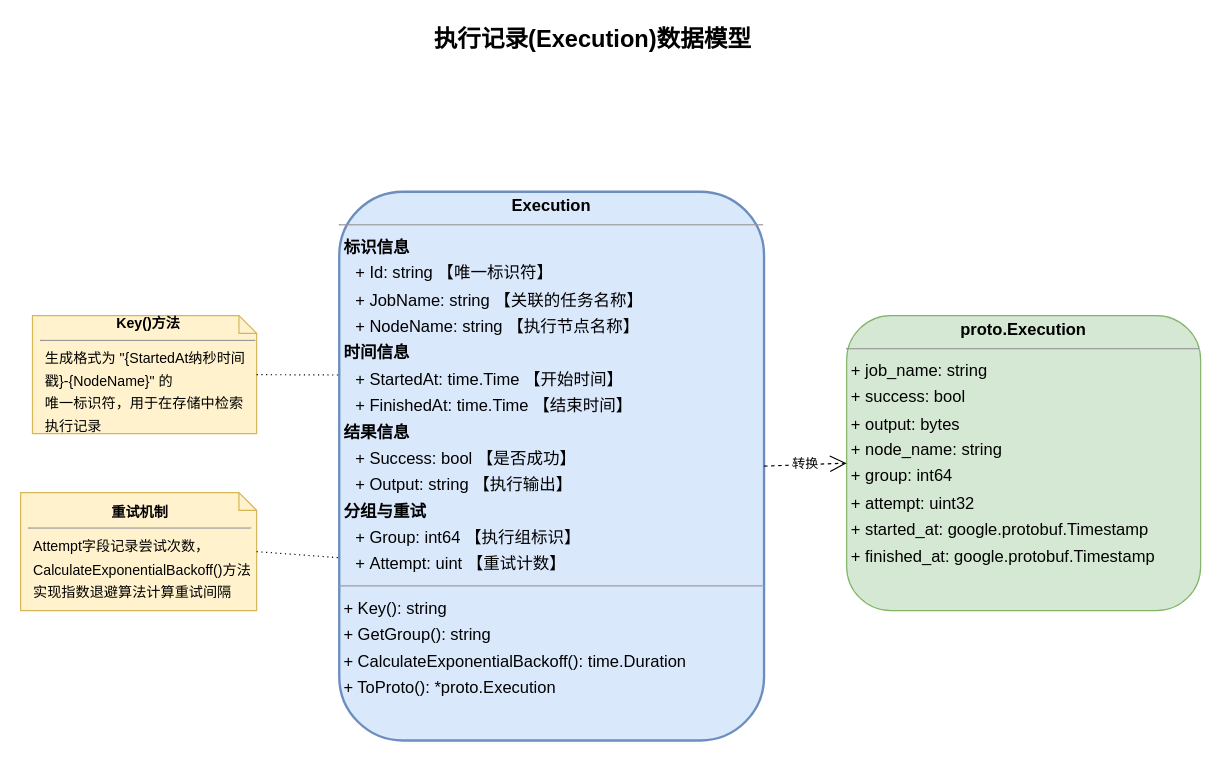
Above: projects/Execution UML 类图.drawio in hanzug/draw.io (draw.io), before the change. Source tidied: cells renumbered, new cells numbered last; positions are measured from the earlier drawing's top-left corner, leaving out a move shared by most shapes. Both pictures are drawn from the tidied source at 118%, with x=0, y=0 at pixel (20, 20).
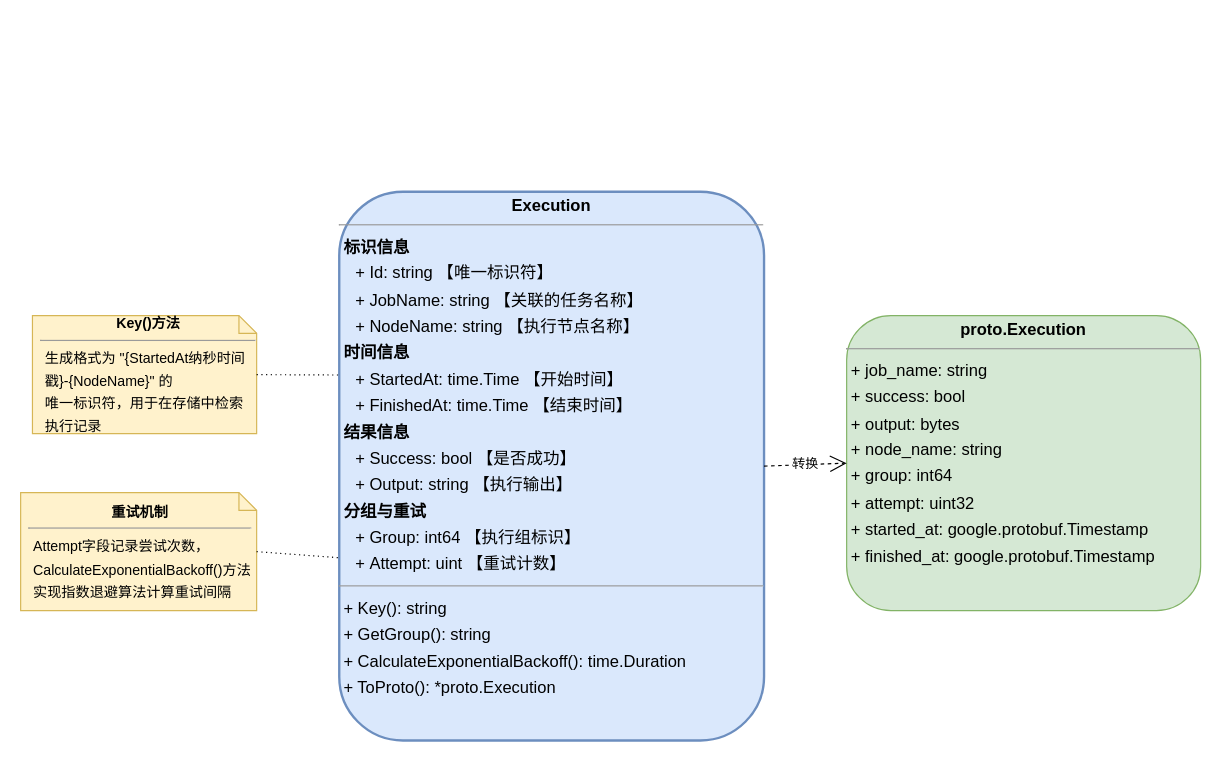
The same diagram, later.

Change to the diagram source:
```diff
@@
 <mxGraphModel>
   <root>
     <mxCell id="0" />
     <mxCell id="1" parent="0" />
-    <mxCell id="2" value="&lt;font style=&quot;font-size: 20px;&quot;&gt;&lt;b&gt;执行记录(Execution)数据模型&lt;/b&gt;&lt;/font&gt;" style="text;html=1;strokeColor=none;fillColor=none;align=center;verticalAlign=middle;whiteSpace=wrap;rounded=0;" parent="1" vertex="1">
-      <mxGeometry x="310" width="350" height="30" as="geometry" />
-    </mxCell>
     <mxCell id="3" value="&lt;p style=&quot;margin:0px;margin-top:4px;text-align:center;&quot;&gt;&lt;b&gt;Execution&lt;/b&gt;&lt;/p&gt;&lt;hr size=&quot;1&quot;&gt;&lt;p style=&quot;margin:0 0 0 4px;line-height:1.6;&quot;&gt;&lt;b&gt;标识信息&lt;/b&gt;&lt;/p&gt;&lt;p style=&quot;margin:0 0 0 14px;line-height:1.6;&quot;&gt;+ Id: string 【唯一标识符】&lt;br&gt;+ JobName: string 【关联的任务名称】&lt;br&gt;+ NodeName: string 【执行节点名称】&lt;/p&gt;&lt;p style=&quot;margin:0 0 0 4px;line-height:1.6;&quot;&gt;&lt;b&gt;时间信息&lt;/b&gt;&lt;/p&gt;&lt;p style=&quot;margin:0 0 0 14px;line-height:1.6;&quot;&gt;+ StartedAt: time.Time 【开始时间】&lt;br&gt;+ FinishedAt: time.Time 【结束时间】&lt;/p&gt;&lt;p style=&quot;margin:0 0 0 4px;line-height:1.6;&quot;&gt;&lt;b&gt;结果信息&lt;/b&gt;&lt;/p&gt;&lt;p style=&quot;margin:0 0 0 14px;line-height:1.6;&quot;&gt;+ Success: bool 【是否成功】&lt;br&gt;+ Output: string 【执行输出】&lt;/p&gt;&lt;p style=&quot;margin:0 0 0 4px;line-height:1.6;&quot;&gt;&lt;b&gt;分组与重试&lt;/b&gt;&lt;/p&gt;&lt;p style=&quot;margin:0 0 0 14px;line-height:1.6;&quot;&gt;+ Group: int64 【执行组标识】&lt;br&gt;+ Attempt: uint 【重试计数】&lt;/p&gt;&lt;hr size=&quot;1&quot;&gt;&lt;p style=&quot;margin:0 0 0 4px;line-height:1.6;&quot;&gt;+ Key(): string&lt;br&gt;+ GetGroup(): string&lt;br&gt;+ CalculateExponentialBackoff(): time.Duration&lt;br&gt;+ ToProto(): *proto.Execution&lt;/p&gt;" style="verticalAlign=top;align=left;overflow=fill;fontSize=14;fontFamily=Helvetica;html=1;rounded=1;shadow=0;comic=0;labelBackgroundColor=none;strokeWidth=2;fillColor=#dae8fc;strokeColor=#6c8ebf;" parent="1" vertex="1">
       <mxGeometry x="270" y="145" width="360" height="465" as="geometry" />
     </mxCell>
     <mxCell id="4" value="&lt;p style=&quot;margin:0px;margin-top:4px;text-align:center;&quot;&gt;&lt;b&gt;proto.Execution&lt;/b&gt;&lt;/p&gt;&lt;hr size=&quot;1&quot;&gt;&lt;p style=&quot;margin:0 0 0 4px;line-height:1.6;&quot;&gt;+ job_name: string&lt;br&gt;+ success: bool&lt;br&gt;+ output: bytes&lt;br&gt;+ node_name: string&lt;br&gt;+ group: int64&lt;br&gt;+ attempt: uint32&lt;br&gt;+ started_at: google.protobuf.Timestamp&lt;br&gt;+ finished_at: google.protobuf.Timestamp&lt;/p&gt;" style="verticalAlign=top;align=left;overflow=fill;fontSize=14;fontFamily=Helvetica;html=1;rounded=1;shadow=0;comic=0;labelBackgroundColor=none;strokeWidth=1;fillColor=#d5e8d4;strokeColor=#82b366;" parent="1" vertex="1">
       <mxGeometry x="700" y="250" width="300" height="250" as="geometry" />
     </mxCell>
     <mxCell id="5" value="转换" style="endArrow=open;endFill=0;endSize=12;html=1;rounded=0;exitX=1;exitY=0.5;exitDx=0;exitDy=0;entryX=0;entryY=0.5;entryDx=0;entryDy=0;dashed=1;strokeWidth=1;" parent="1" edge="1" source="3" target="4">
       <mxGeometry relative="1" as="geometry" />
     </mxCell>
     <mxCell id="6" value="&lt;p style=&quot;margin:0px;margin-top:4px;text-align:center;&quot;&gt;&lt;b&gt;Key()方法&lt;/b&gt;&lt;/p&gt;&lt;hr size=&quot;1&quot;&gt;&lt;p style=&quot;margin:0 0 0 4px;line-height:1.6;&quot;&gt;生成格式为 &quot;{StartedAt纳秒时间戳}-{NodeName}&quot; 的&lt;br&gt;唯一标识符，用于在存储中检索执行记录&lt;/p&gt;" style="shape=note;size=15;align=left;spacingLeft=5;html=1;whiteSpace=wrap;fillColor=#fff2cc;strokeColor=#d6b656;" parent="1" vertex="1">
       <mxGeometry x="10" y="250" width="190" height="100" as="geometry" />
     </mxCell>
     <mxCell id="7" style="endArrow=none;dashed=1;html=1;dashPattern=1 3;strokeWidth=1;rounded=0;exitX=1;exitY=0.5;exitDx=0;exitDy=0;exitPerimeter=0;entryX=0;entryY=0.334;entryDx=0;entryDy=0;entryPerimeter=0;" parent="1" edge="1" source="6" target="3">
       <mxGeometry relative="1" as="geometry" />
     </mxCell>
     <mxCell id="8" value="&lt;p style=&quot;margin:0px;margin-top:4px;text-align:center;&quot;&gt;&lt;b&gt;重试机制&lt;/b&gt;&lt;/p&gt;&lt;hr size=&quot;1&quot;&gt;&lt;p style=&quot;margin:0 0 0 4px;line-height:1.6;&quot;&gt;Attempt字段记录尝试次数，&lt;br&gt;CalculateExponentialBackoff()方法&lt;br&gt;实现指数退避算法计算重试间隔&lt;/p&gt;" style="shape=note;size=15;align=left;spacingLeft=5;html=1;whiteSpace=wrap;fillColor=#fff2cc;strokeColor=#d6b656;" parent="1" vertex="1">
       <mxGeometry y="400" width="200" height="100" as="geometry" />
     </mxCell>
     <mxCell id="9" style="endArrow=none;dashed=1;html=1;dashPattern=1 3;strokeWidth=1;rounded=0;exitX=1;exitY=0.5;exitDx=0;exitDy=0;exitPerimeter=0;entryX=0;entryY=0.667;entryDx=0;entryDy=0;entryPerimeter=0;" parent="1" edge="1" source="8" target="3">
       <mxGeometry relative="1" as="geometry" />
     </mxCell>
   </root>
 </mxGraphModel>
```
